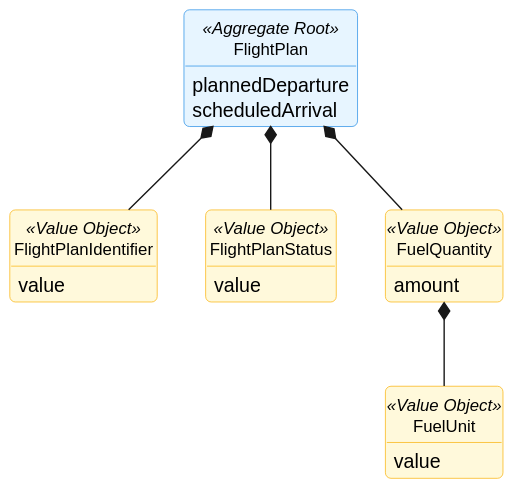
Earlier version of the PlantUML export docs/global-artifacts/02.analysis/svg/Aggregates/FlightPlanAggregate.svg (GustavoFerreira24/flight-management-platform).
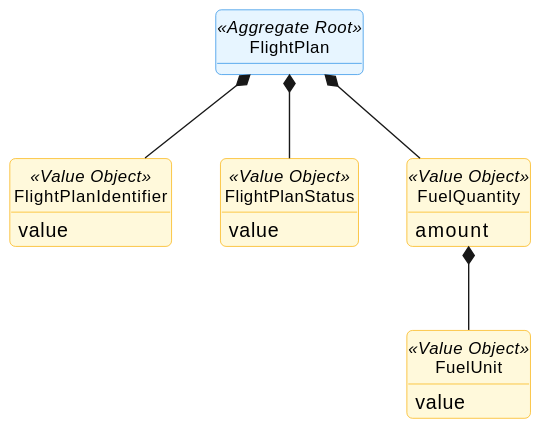
The same diagram one commit later.

Change to the diagram source:
```diff
@@ -23,8 +23,6 @@
 hide methods
 
  class FlightPlan <<Aggregate Root>> {
-        plannedDeparture
-        scheduledArrival
     }
 
     class FlightPlanIdentifier <<Value Object>> {
```
